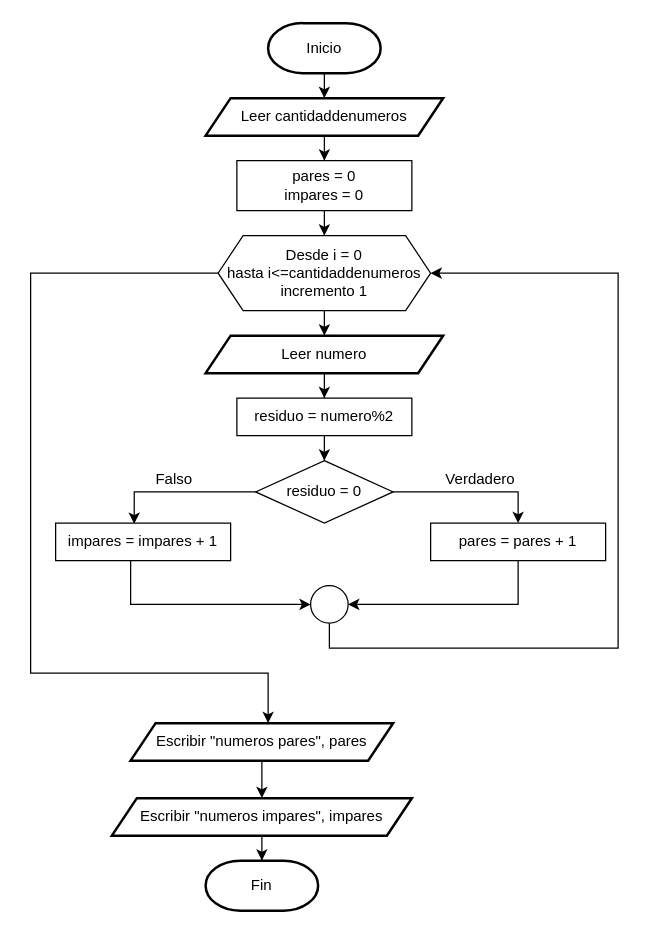
The draw.io diagram page "Page-5" (5 of 5) of Untitled Diagram.drawio in Theo-17/PRACTICA-1, before the edit. Source tidied: cells renumbered, new cells numbered last; positions are measured from the earlier drawing's top-left corner, leaving out a move shared by most shapes. Both pictures are drawn from the tidied source at 125%, with x=0, y=0 at pixel (30, 22).
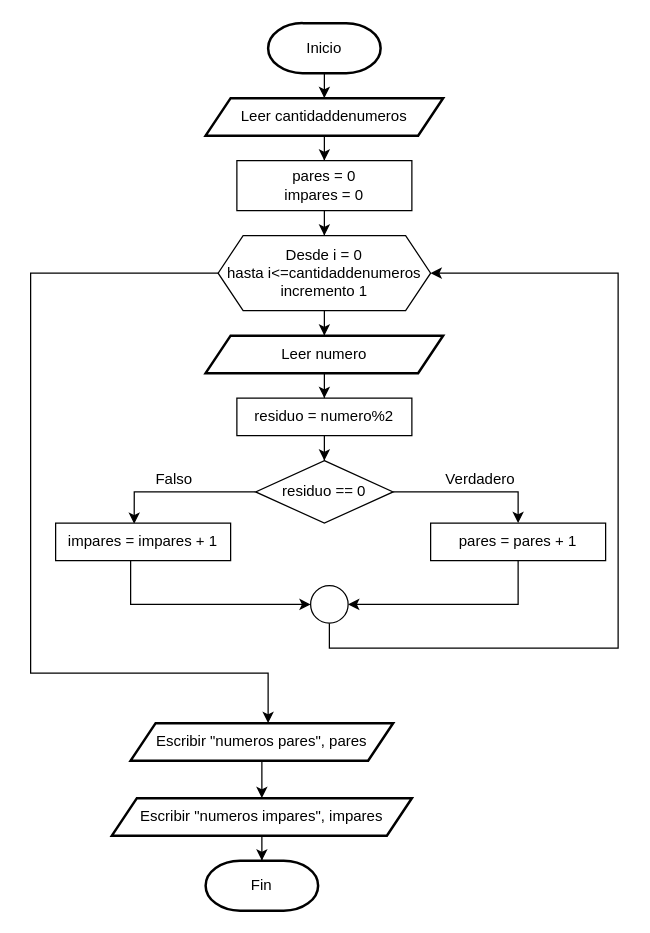
The same diagram, later.

Diff of the diagram source:
```diff
@@
-    <mxCell id="13" value="residuo = 0" style="rhombus;whiteSpace=wrap;html=1;" parent="1" vertex="1">
+    <mxCell id="13" value="residuo == 0" style="rhombus;whiteSpace=wrap;html=1;" parent="1" vertex="1">
       <mxGeometry x="180" y="350" width="110" height="50" as="geometry" />
     </mxCell>
```
